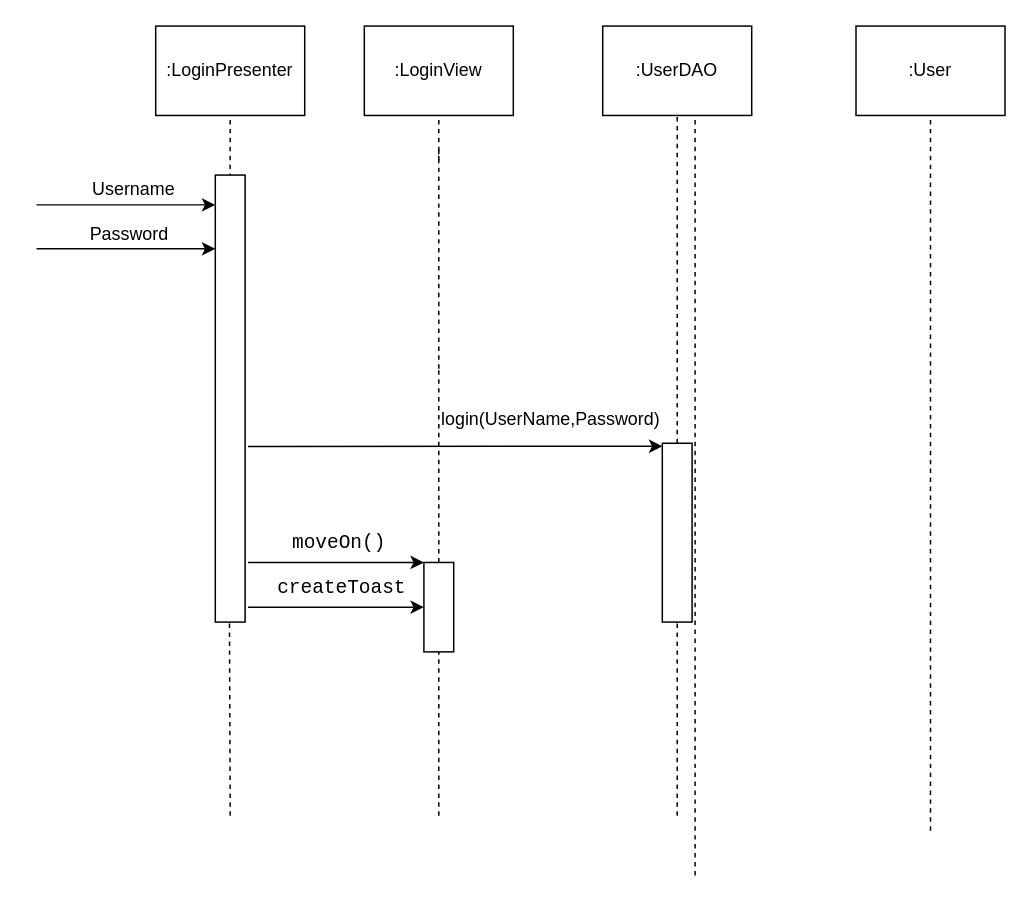
Earlier version of the draw.io diagram R4_Diagrams/Sequence Diagrams/LoginSD.drawio (ntinouldinho/Parking-App). Source tidied: cells renumbered, new cells numbered last; positions are measured from the earlier drawing's top-left corner, leaving out a move shared by most shapes. Both pictures are drawn from the tidied source at 149%, with x=0, y=0 at pixel (36, 25).
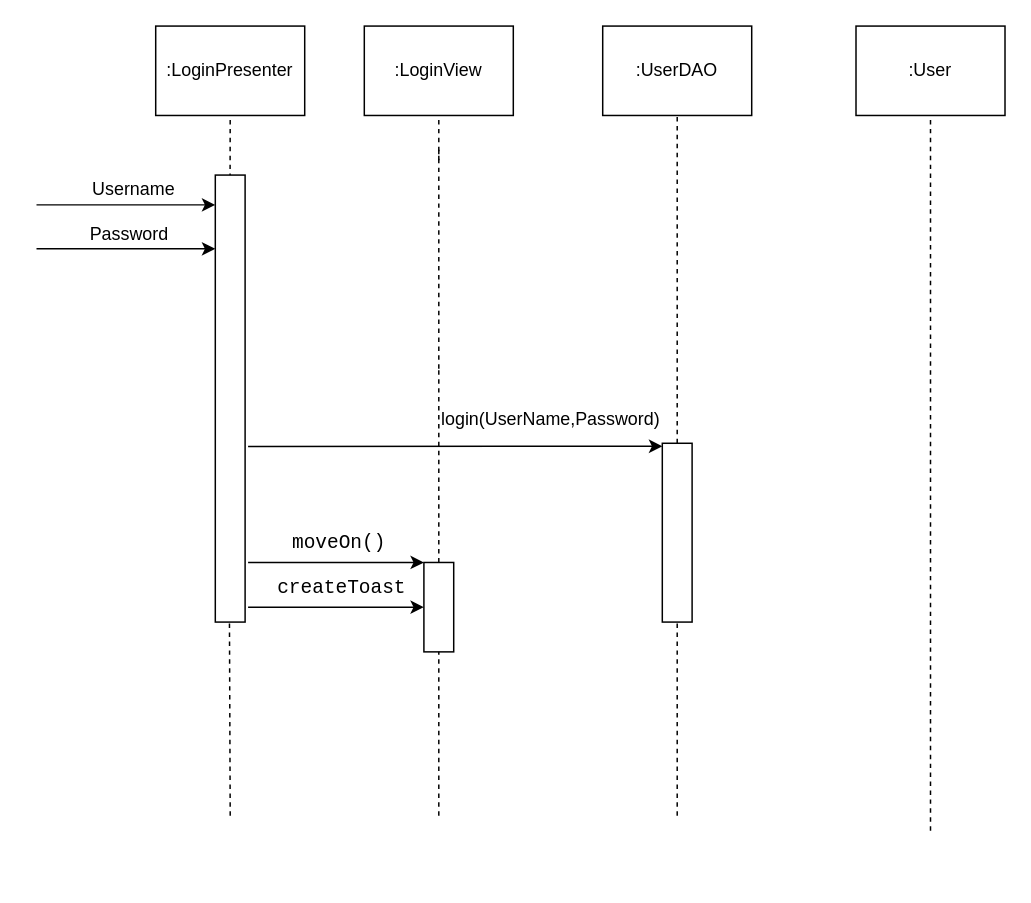
After the change.

Commit message (it also covers changes not shown here):
double line fix at login

Change to the diagram source:
```diff
@@
-    <mxCell id="2" style="endArrow=none;dashed=1;html=1;entryX=0.5;entryY=1;entryDx=0;entryDy=0;" parent="1" edge="1">
-      <mxGeometry relative="1" as="geometry">
-        <mxPoint x="442" y="570" as="sourcePoint" />
-        <mxPoint x="442" y="60" as="targetPoint" />
-      </mxGeometry>
-    </mxCell>
```
